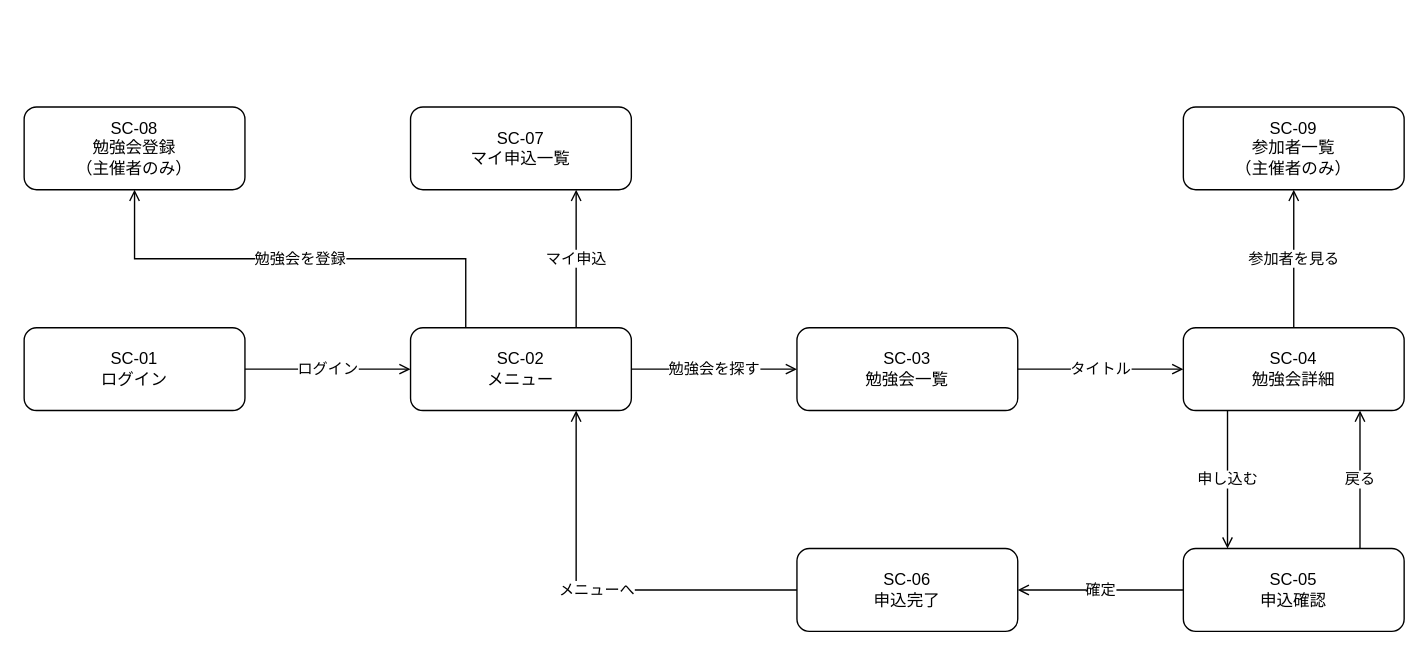
hiroshees/drawio-design-kit keeps this draw.io diagram as docs/diagrams/screen-study.drawio. Above is the earlier version. Source tidied: cells renumbered, new cells numbered last; positions are measured from the earlier drawing's top-left corner, leaving out a move shared by most shapes. Both pictures are drawn from the tidied source at 138%, with x=0, y=0 at pixel (23, 106).
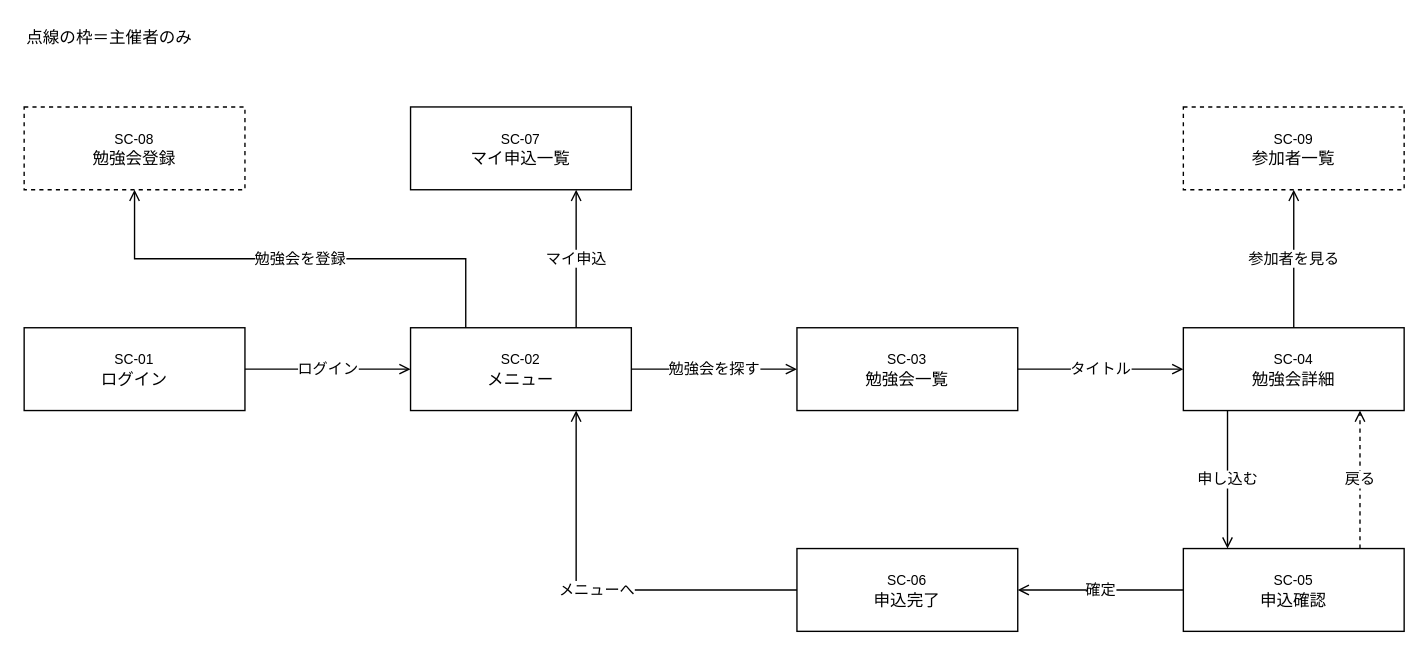
After the change.

Commit message (it also covers changes not shown here):
fix er and screen diagram

What changed in the source:
```diff
@@
+    <mxCell id="21" value="点線の枠＝主催者のみ" style="text;html=1;align=left;verticalAlign=middle;" parent="1" vertex="1">
+      <mxGeometry y="-60" width="200" height="20" as="geometry" />
+    </mxCell>
-    <mxCell id="2" value="SC-01&lt;br&gt;ログイン" style="rounded=1;whiteSpace=wrap;html=1;fillColor=#FFFFFF;strokeColor=#000000;" parent="1" vertex="1">
+    <mxCell id="2" value="&lt;font style=&quot;font-size:10px&quot;&gt;SC-01&lt;/font&gt;&lt;br&gt;ログイン" style="rounded=0;whiteSpace=wrap;html=1;fillColor=#FFFFFF;strokeColor=#000000;" parent="1" vertex="1">
       <mxGeometry y="160" width="160" height="60" as="geometry" />
     </mxCell>
-    <mxCell id="3" value="SC-02&lt;br&gt;メニュー" style="rounded=1;whiteSpace=wrap;html=1;fillColor=#FFFFFF;strokeColor=#000000;" parent="1" vertex="1">
+    <mxCell id="3" value="&lt;font style=&quot;font-size:10px&quot;&gt;SC-02&lt;/font&gt;&lt;br&gt;メニュー" style="rounded=0;whiteSpace=wrap;html=1;fillColor=#FFFFFF;strokeColor=#000000;" parent="1" vertex="1">
       <mxGeometry x="280" y="160" width="160" height="60" as="geometry" />
     </mxCell>
-    <mxCell id="4" value="SC-03&lt;br&gt;勉強会一覧" style="rounded=1;whiteSpace=wrap;html=1;fillColor=#FFFFFF;strokeColor=#000000;" parent="1" vertex="1">
+    <mxCell id="4" value="&lt;font style=&quot;font-size:10px&quot;&gt;SC-03&lt;/font&gt;&lt;br&gt;勉強会一覧" style="rounded=0;whiteSpace=wrap;html=1;fillColor=#FFFFFF;strokeColor=#000000;" parent="1" vertex="1">
       <mxGeometry x="560" y="160" width="160" height="60" as="geometry" />
     </mxCell>
-    <mxCell id="5" value="SC-04&lt;br&gt;勉強会詳細" style="rounded=1;whiteSpace=wrap;html=1;fillColor=#FFFFFF;strokeColor=#000000;" parent="1" vertex="1">
+    <mxCell id="5" value="&lt;font style=&quot;font-size:10px&quot;&gt;SC-04&lt;/font&gt;&lt;br&gt;勉強会詳細" style="rounded=0;whiteSpace=wrap;html=1;fillColor=#FFFFFF;strokeColor=#000000;" parent="1" vertex="1">
       <mxGeometry x="840" y="160" width="160" height="60" as="geometry" />
     </mxCell>
-    <mxCell id="6" value="SC-05&lt;br&gt;申込確認" style="rounded=1;whiteSpace=wrap;html=1;fillColor=#FFFFFF;strokeColor=#000000;" parent="1" vertex="1">
+    <mxCell id="6" value="&lt;font style=&quot;font-size:10px&quot;&gt;SC-05&lt;/font&gt;&lt;br&gt;申込確認" style="rounded=0;whiteSpace=wrap;html=1;fillColor=#FFFFFF;strokeColor=#000000;" parent="1" vertex="1">
       <mxGeometry x="840" y="320" width="160" height="60" as="geometry" />
     </mxCell>
-    <mxCell id="7" value="SC-06&lt;br&gt;申込完了" style="rounded=1;whiteSpace=wrap;html=1;fillColor=#FFFFFF;strokeColor=#000000;" parent="1" vertex="1">
+    <mxCell id="7" value="&lt;font style=&quot;font-size:10px&quot;&gt;SC-06&lt;/font&gt;&lt;br&gt;申込完了" style="rounded=0;whiteSpace=wrap;html=1;fillColor=#FFFFFF;strokeColor=#000000;" parent="1" vertex="1">
       <mxGeometry x="560" y="320" width="160" height="60" as="geometry" />
     </mxCell>
-    <mxCell id="8" value="SC-07&lt;br&gt;マイ申込一覧" style="rounded=1;whiteSpace=wrap;html=1;fillColor=#FFFFFF;strokeColor=#000000;" parent="1" vertex="1">
+    <mxCell id="8" value="&lt;font style=&quot;font-size:10px&quot;&gt;SC-07&lt;/font&gt;&lt;br&gt;マイ申込一覧" style="rounded=0;whiteSpace=wrap;html=1;fillColor=#FFFFFF;strokeColor=#000000;" parent="1" vertex="1">
       <mxGeometry x="280" width="160" height="60" as="geometry" />
     </mxCell>
-    <mxCell id="9" value="SC-08&lt;br&gt;勉強会登録&lt;br&gt;（主催者のみ）" style="rounded=1;whiteSpace=wrap;html=1;fillColor=#FFFFFF;strokeColor=#000000;" parent="1" vertex="1">
+    <mxCell id="9" value="&lt;font style=&quot;font-size:10px&quot;&gt;SC-08&lt;/font&gt;&lt;br&gt;勉強会登録" style="rounded=0;whiteSpace=wrap;html=1;fillColor=#FFFFFF;strokeColor=#000000;dashed=1;" parent="1" vertex="1">
       <mxGeometry width="160" height="60" as="geometry" />
     </mxCell>
-    <mxCell id="10" value="SC-09&lt;br&gt;参加者一覧&lt;br&gt;（主催者のみ）" style="rounded=1;whiteSpace=wrap;html=1;fillColor=#FFFFFF;strokeColor=#000000;" parent="1" vertex="1">
+    <mxCell id="10" value="&lt;font style=&quot;font-size:10px&quot;&gt;SC-09&lt;/font&gt;&lt;br&gt;参加者一覧" style="rounded=0;whiteSpace=wrap;html=1;fillColor=#FFFFFF;strokeColor=#000000;dashed=1;" parent="1" vertex="1">
       <mxGeometry x="840" width="160" height="60" as="geometry" />
     </mxCell>
@@
-    <mxCell id="15" value="戻る" style="edgeStyle=orthogonalEdgeStyle;rounded=0;html=1;endArrow=open;endFill=0;labelBackgroundColor=#FFFFFF;exitX=0.8;exitY=0;exitDx=0;exitDy=0;entryX=0.8;entryY=1;entryDx=0;entryDy=0;" parent="1" edge="1" source="6" target="5">
+    <mxCell id="15" value="戻る" style="edgeStyle=orthogonalEdgeStyle;rounded=0;html=1;dashed=1;endArrow=open;endFill=0;labelBackgroundColor=#FFFFFF;exitX=0.8;exitY=0;exitDx=0;exitDy=0;entryX=0.8;entryY=1;entryDx=0;entryDy=0;" parent="1" edge="1" source="6" target="5">
       <mxGeometry relative="1" as="geometry" />
     </mxCell>
```
